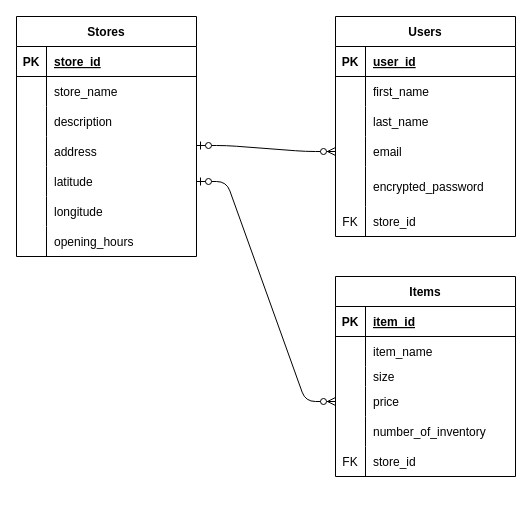
Above: try_on.dio in ryohei8/try_on (draw.io), before the change. Source tidied: cells renumbered, new cells numbered last; positions are measured from the earlier drawing's top-left corner, leaving out a move shared by most shapes. Both pictures are drawn from the tidied source at 100%, with x=0, y=0 at pixel (16, 16).
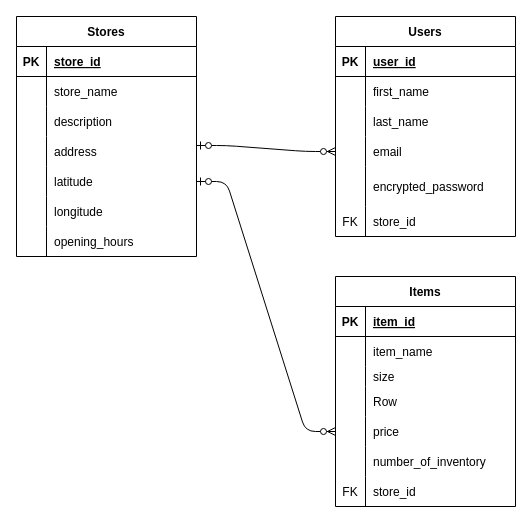
Above is the later version.

What changed in the source:
```diff
@@
     <mxCell id="21" value="Items" style="shape=table;startSize=30;childLayout=tableLayout;rowLines=0;fontStyle=1;align=center;" parent="1" vertex="1">
-      <mxGeometry x="319" y="260" width="180" height="200" as="geometry" />
+      <mxGeometry x="319" y="260" width="180" height="230" as="geometry" />
     </mxCell>
@@
+    <mxCell id="64" style="shape=tableRow;horizontal=0;startSize=0;swimlaneHead=0;swimlaneBody=0;fillColor=none;top=0;left=0;right=0;bottom=0;" parent="21" vertex="1">
+      <mxGeometry y="110" width="180" height="30" as="geometry" />
+    </mxCell>
+    <mxCell id="65" style="shape=partialRectangle;fillColor=none;top=0;left=0;bottom=0;right=0;overflow=hidden;" parent="64" vertex="1">
+      <mxGeometry width="30" height="30" as="geometry" />
+    </mxCell>
+    <mxCell id="66" value="Row" style="shape=partialRectangle;fillColor=none;top=0;left=0;bottom=0;right=0;align=left;spacingLeft=6;overflow=hidden;" parent="64" vertex="1">
+      <mxGeometry x="30" width="150" height="30" as="geometry" />
+    </mxCell>
     <mxCell id="31" style="shape=tableRow;horizontal=0;startSize=0;swimlaneHead=0;swimlaneBody=0;fillColor=none;points=[[0,0.5],[1,0.5]];portConstraint=eastwest;top=0;left=0;right=0;bottom=0;" parent="21" vertex="1">
-      <mxGeometry y="110" width="180" height="30" as="geometry" />
+      <mxGeometry y="140" width="180" height="30" as="geometry" />
     </mxCell>
@@
     <mxCell id="34" style="shape=tableRow;horizontal=0;startSize=0;swimlaneHead=0;swimlaneBody=0;fillColor=none;top=0;left=0;right=0;bottom=0;" parent="21" vertex="1">
-      <mxGeometry y="140" width="180" height="30" as="geometry" />
+      <mxGeometry y="170" width="180" height="30" as="geometry" />
     </mxCell>
@@
     <mxCell id="37" style="shape=tableRow;horizontal=0;startSize=0;swimlaneHead=0;swimlaneBody=0;fillColor=none;top=0;left=0;right=0;bottom=0;" parent="21" vertex="1">
-      <mxGeometry y="170" width="180" height="30" as="geometry" />
+      <mxGeometry y="200" width="180" height="30" as="geometry" />
     </mxCell>
```
